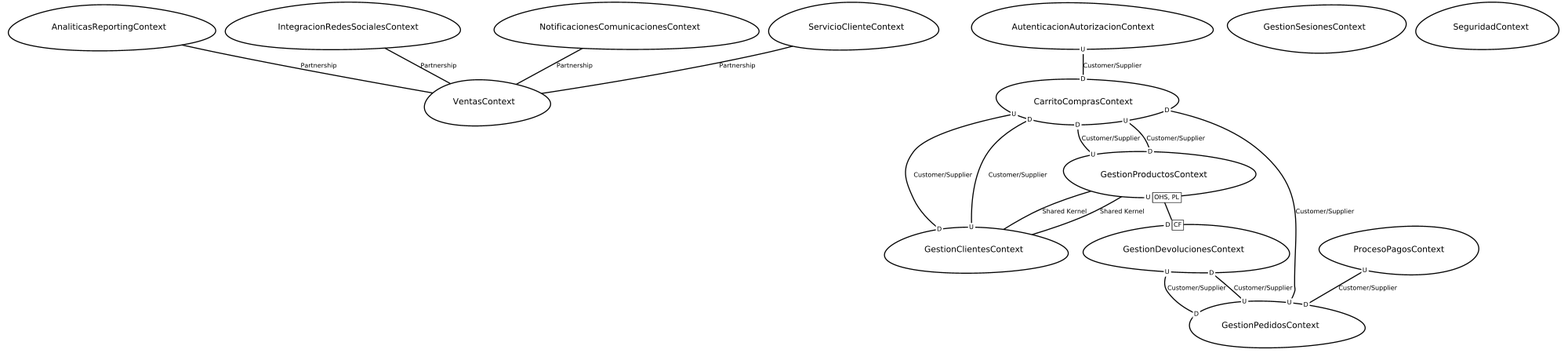
Jhonat20/LAB02_proyectoEcomerce_ContexMapper keeps this Graphviz diagram as src-gen/LAB02_proyectoEcomerce_ContexMapper_ContextMap.png. Above is the earlier version. Its source is kept beside it as src-gen/LAB02_proyectoEcomerce_ContexMapper_ContextMap.gv.
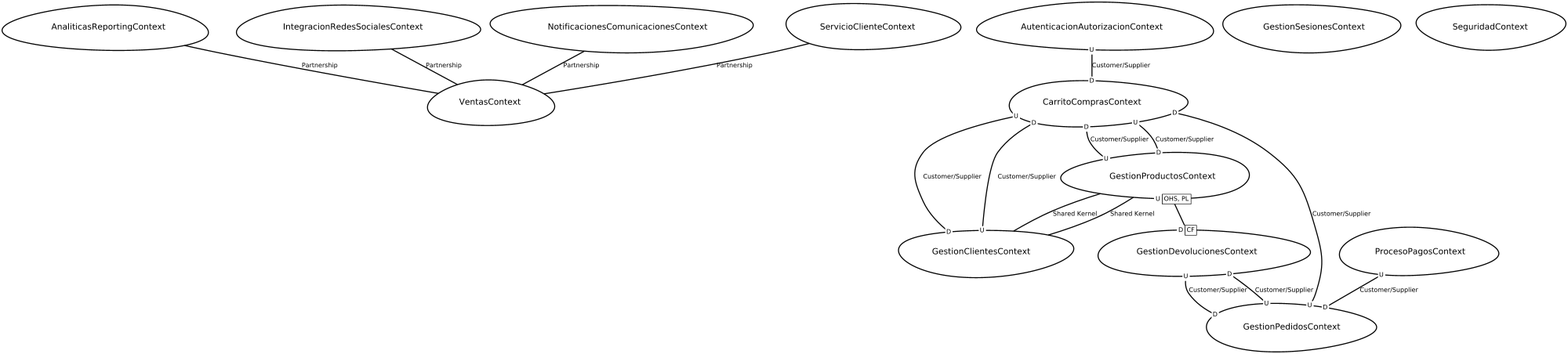
Later version of the same file.

Diff of the diagram source:
```diff
@@ -1,19 +1,19 @@
 digraph "ContextMapGraph" {
 graph ["imagepath"="/tmp/GraphvizJava"]
-"AnaliticasReportingContext" ["margin"="0.3","orientation"="168","shape"="egg","fontsize"="16","style"="bold","label"="AnaliticasReportingContext\n","fontname"="sans-serif"]
-"VentasContext" ["margin"="0.3","orientation"="244","shape"="egg","fontsize"="16","style"="bold","label"="VentasContext\n","fontname"="sans-serif"]
-"AutenticacionAutorizacionContext" ["margin"="0.3","orientation"="113","shape"="egg","fontsize"="16","style"="bold","label"="AutenticacionAutorizacionContext\n","fontname"="sans-serif"]
-"CarritoComprasContext" ["margin"="0.3","orientation"="100","shape"="egg","fontsize"="16","style"="bold","label"="CarritoComprasContext\n","fontname"="sans-serif"]
-"GestionProductosContext" ["margin"="0.3","orientation"="253","shape"="egg","fontsize"="16","style"="bold","label"="GestionProductosContext\n","fontname"="sans-serif"]
-"GestionClientesContext" ["margin"="0.3","orientation"="73","shape"="egg","fontsize"="16","style"="bold","label"="GestionClientesContext\n","fontname"="sans-serif"]
-"GestionDevolucionesContext" ["margin"="0.3","orientation"="87","shape"="egg","fontsize"="16","style"="bold","label"="GestionDevolucionesContext\n","fontname"="sans-serif"]
-"GestionPedidosContext" ["margin"="0.3","orientation"="225","shape"="egg","fontsize"="16","style"="bold","label"="GestionPedidosContext\n","fontname"="sans-serif"]
-"GestionSesionesContext" ["margin"="0.3","orientation"="343","shape"="egg","fontsize"="16","style"="bold","label"="GestionSesionesContext\n","fontname"="sans-serif"]
-"IntegracionRedesSocialesContext" ["margin"="0.3","orientation"="331","shape"="egg","fontsize"="16","style"="bold","label"="IntegracionRedesSocialesContext\n","fontname"="sans-serif"]
-"NotificacionesComunicacionesContext" ["margin"="0.3","orientation"="77","shape"="egg","fontsize"="16","style"="bold","label"="NotificacionesComunicacionesContext\n","fontname"="sans-serif"]
-"ProcesoPagosContext" ["margin"="0.3","orientation"="342","shape"="egg","fontsize"="16","style"="bold","label"="ProcesoPagosContext\n","fontname"="sans-serif"]
-"SeguridadContext" ["margin"="0.3","orientation"="311","shape"="egg","fontsize"="16","style"="bold","label"="SeguridadContext\n","fontname"="sans-serif"]
-"ServicioClienteContext" ["margin"="0.3","orientation"="217","shape"="egg","fontsize"="16","style"="bold","label"="ServicioClienteContext\n","fontname"="sans-serif"]
+"AnaliticasReportingContext" ["margin"="0.3","orientation"="217","shape"="egg","fontsize"="16","style"="bold","label"="AnaliticasReportingContext\n","fontname"="sans-serif"]
+"VentasContext" ["margin"="0.3","orientation"="146","shape"="egg","fontsize"="16","style"="bold","label"="VentasContext\n","fontname"="sans-serif"]
+"AutenticacionAutorizacionContext" ["margin"="0.3","orientation"="48","shape"="egg","fontsize"="16","style"="bold","label"="AutenticacionAutorizacionContext\n","fontname"="sans-serif"]
+"CarritoComprasContext" ["margin"="0.3","orientation"="288","shape"="egg","fontsize"="16","style"="bold","label"="CarritoComprasContext\n","fontname"="sans-serif"]
+"GestionProductosContext" ["margin"="0.3","orientation"="302","shape"="egg","fontsize"="16","style"="bold","label"="GestionProductosContext\n","fontname"="sans-serif"]
+"GestionClientesContext" ["margin"="0.3","orientation"="13","shape"="egg","fontsize"="16","style"="bold","label"="GestionClientesContext\n","fontname"="sans-serif"]
+"GestionDevolucionesContext" ["margin"="0.3","orientation"="302","shape"="egg","fontsize"="16","style"="bold","label"="GestionDevolucionesContext\n","fontname"="sans-serif"]
+"GestionPedidosContext" ["margin"="0.3","orientation"="65","shape"="egg","fontsize"="16","style"="bold","label"="GestionPedidosContext\n","fontname"="sans-serif"]
+"GestionSesionesContext" ["margin"="0.3","orientation"="249","shape"="egg","fontsize"="16","style"="bold","label"="GestionSesionesContext\n","fontname"="sans-serif"]
+"IntegracionRedesSocialesContext" ["margin"="0.3","orientation"="20","shape"="egg","fontsize"="16","style"="bold","label"="IntegracionRedesSocialesContext\n","fontname"="sans-serif"]
+"NotificacionesComunicacionesContext" ["margin"="0.3","orientation"="198","shape"="egg","fontsize"="16","style"="bold","label"="NotificacionesComunicacionesContext\n","fontname"="sans-serif"]
+"ProcesoPagosContext" ["margin"="0.3","orientation"="150","shape"="egg","fontsize"="16","style"="bold","label"="ProcesoPagosContext\n","fontname"="sans-serif"]
+"SeguridadContext" ["margin"="0.3","orientation"="231","shape"="egg","fontsize"="16","style"="bold","label"="SeguridadContext\n","fontname"="sans-serif"]
+"ServicioClienteContext" ["margin"="0.3","orientation"="331","shape"="egg","fontsize"="16","style"="bold","label"="ServicioClienteContext\n","fontname"="sans-serif"]
 "AnaliticasReportingContext" -> "VentasContext" ["fontsize"="12","style"="bold","label"="Partnership","dir"="none","fontname"="sans-serif"]
 "AutenticacionAutorizacionContext" -> "CarritoComprasContext" ["headlabel"=<<table cellspacing="0" cellborder="0" border="0">
 <tr><td bgcolor="white">D</td></tr>
@@ -30,23 +30,23 @@
 </table>>,"labeldistance"="0","fontsize"="12","taillabel"=<<table cellspacing="0" cellborder="0" border="0">
 <tr><td bgcolor="white">U</td></tr>
 </table>>,"style"="bold","label"="Customer/Supplier","dir"="none","fontname"="sans-serif"]
-"GestionProductosContext" -> "GestionClientesContext" ["fontsize"="12","style"="bold","label"="Shared Kernel","dir"="none","fontname"="sans-serif"]
 "GestionProductosContext" -> "CarritoComprasContext" ["headlabel"=<<table cellspacing="0" cellborder="0" border="0">
 <tr><td bgcolor="white">D</td></tr>
 </table>>,"labeldistance"="0","fontsize"="12","taillabel"=<<table cellspacing="0" cellborder="0" border="0">
 <tr><td bgcolor="white">U</td></tr>
 </table>>,"style"="bold","label"="Customer/Supplier","dir"="none","fontname"="sans-serif"]
+"GestionProductosContext" -> "GestionClientesContext" ["fontsize"="12","style"="bold","label"="Shared Kernel","dir"="none","fontname"="sans-serif"]
 "GestionProductosContext" -> "GestionDevolucionesContext" ["headlabel"=<<table cellspacing="0" cellborder="1" border="0">
 <tr><td bgcolor="white" sides="r">D</td><td sides="trbl" bgcolor="white"><font>CF</font></td></tr>
 </table>>,"labeldistance"="0","fontsize"="12","taillabel"=<<table cellspacing="0" cellborder="1" border="0">
 <tr><td bgcolor="white" sides="r">U</td><td sides="trbl" bgcolor="white"><font>OHS, PL</font></td></tr>
 </table>>,"style"="bold","label"="                                        ","dir"="none","fontname"="sans-serif"]
-"GestionClientesContext" -> "GestionProductosContext" ["fontsize"="12","style"="bold","label"="Shared Kernel","dir"="none","fontname"="sans-serif"]
 "GestionClientesContext" -> "CarritoComprasContext" ["headlabel"=<<table cellspacing="0" cellborder="0" border="0">
 <tr><td bgcolor="white">D</td></tr>
 </table>>,"labeldistance"="0","fontsize"="12","taillabel"=<<table cellspacing="0" cellborder="0" border="0">
 <tr><td bgcolor="white">U</td></tr>
 </table>>,"style"="bold","label"="Customer/Supplier","dir"="none","fontname"="sans-serif"]
+"GestionClientesContext" -> "GestionProductosContext" ["fontsize"="12","style"="bold","label"="Shared Kernel","dir"="none","fontname"="sans-serif"]
 "GestionDevolucionesContext" -> "GestionPedidosContext" ["headlabel"=<<table cellspacing="0" cellborder="0" border="0">
 <tr><td bgcolor="white">D</td></tr>
 </table>>,"labeldistance"="0","fontsize"="12","taillabel"=<<table cellspacing="0" cellborder="0" border="0">
```
